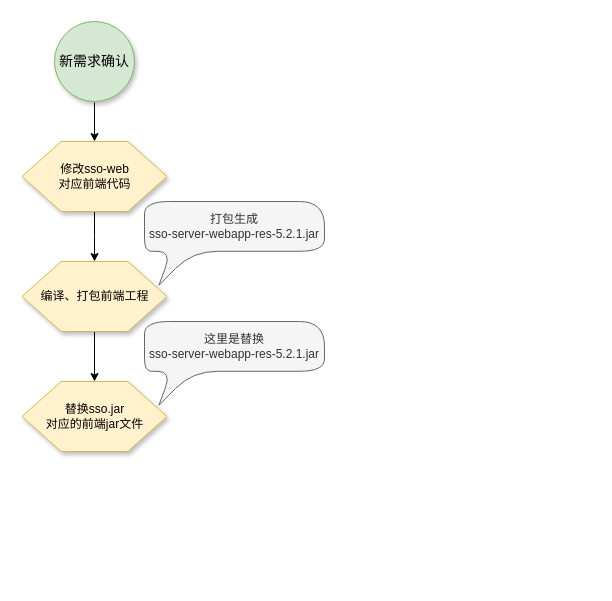
This is page "SSO登录页调整" (1 of 2) of typora/test.drawio from LDChing0321/JavaLearn, a draw.io file, before an edit. Source tidied: cells renumbered, new cells numbered last; positions are measured from the earlier drawing's top-left corner, leaving out a move shared by most shapes. Both pictures are drawn from the tidied source at 100%, with x=0, y=0 at pixel (22, 21).
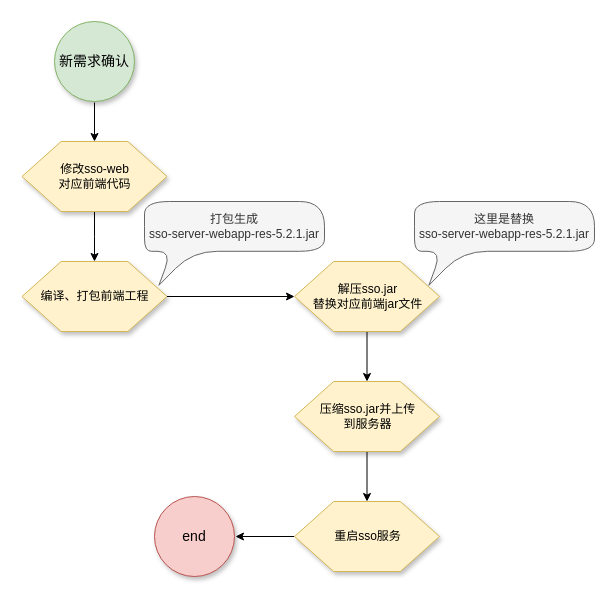
The same diagram, later.

The edit, as a diff of the source:
```diff
@@
 <mxGraphModel>
   <root>
     <mxCell id="0" />
     <mxCell id="1" parent="0" />
     <mxCell id="2" style="edgeStyle=orthogonalEdgeStyle;rounded=0;jettySize=auto;html=1;" parent="1" edge="1" source="3" target="5">
       <mxGeometry relative="1" as="geometry" />
     </mxCell>
     <mxCell id="3" value="新需求确认" style="strokeWidth=1;html=1;shape=mxgraph.flowchart.start_2;whiteSpace=wrap;labelBorderColor=none;strokeColor=#82b366;perimeterSpacing=1;fillColor=#d5e8d4;shadow=1;fontSize=14;" parent="1" vertex="1">
       <mxGeometry x="32" width="80" height="80" as="geometry" />
     </mxCell>
     <mxCell id="4" style="edgeStyle=orthogonalEdgeStyle;rounded=0;jettySize=auto;html=1;" parent="1" edge="1" source="5">
       <mxGeometry relative="1" as="geometry">
         <mxPoint x="72" y="240" as="targetPoint" />
       </mxGeometry>
     </mxCell>
     <mxCell id="5" value="修改sso-web&lt;br&gt;对应前端代码" style="verticalLabelPosition=middle;verticalAlign=middle;html=1;shape=hexagon;perimeter=hexagonPerimeter2;arcSize=6;size=0.27;shadow=1;labelBorderColor=none;fontSize=12;strokeColor=#d6b656;strokeWidth=1;labelPosition=center;align=center;fillColor=#fff2cc;" parent="1" vertex="1">
       <mxGeometry x="-0.5" y="120" width="145" height="70" as="geometry" />
     </mxCell>
-    <mxCell id="6" style="edgeStyle=orthogonalEdgeStyle;rounded=0;jettySize=auto;html=1;fontSize=11;" parent="1" edge="1" source="7" target="9">
-      <mxGeometry relative="1" as="geometry" />
-    </mxCell>
+    <mxCell id="11" style="edgeStyle=orthogonalEdgeStyle;rounded=0;jettySize=auto;html=1;entryX=0;entryY=0.5;entryDx=0;entryDy=0;fontSize=11;" parent="1" edge="1" source="7" target="13">
+      <mxGeometry relative="1" as="geometry" />
+    </mxCell>
     <mxCell id="7" value="编译、打包前端工程" style="verticalLabelPosition=middle;verticalAlign=middle;html=1;shape=hexagon;perimeter=hexagonPerimeter2;arcSize=6;size=0.27;shadow=1;labelBorderColor=none;fontSize=12;strokeColor=#d6b656;strokeWidth=1;labelPosition=center;align=center;fillColor=#fff2cc;" parent="1" vertex="1">
       <mxGeometry x="-0.5" y="240" width="145" height="70" as="geometry" />
     </mxCell>
     <mxCell id="8" value="打包生成&lt;br&gt;sso-server-webapp-res-5.2.1.jar" style="shape=callout;whiteSpace=wrap;html=1;perimeter=calloutPerimeter;position2=0.08;fillColor=#f5f5f5;fontColor=#333333;strokeColor=#666666;size=34;position=0.15;rounded=1;base=21;arcSize=50;" parent="1" vertex="1">
       <mxGeometry x="122" y="180" width="180" height="83.8" as="geometry" />
     </mxCell>
-    <mxCell id="9" value="替换sso.jar&lt;br&gt;对应的前端jar文件" style="verticalLabelPosition=middle;verticalAlign=middle;html=1;shape=hexagon;perimeter=hexagonPerimeter2;arcSize=6;size=0.27;shadow=1;labelBorderColor=none;fontSize=12;strokeColor=#d6b656;strokeWidth=1;labelPosition=center;align=center;fillColor=#fff2cc;" parent="1" vertex="1">
-      <mxGeometry x="-0.5" y="360" width="145" height="70" as="geometry" />
-    </mxCell>
     <mxCell id="10" value="这里是替换&lt;br&gt;sso-server-webapp-res-5.2.1.jar" style="shape=callout;whiteSpace=wrap;html=1;perimeter=calloutPerimeter;position2=0.08;fillColor=#f5f5f5;fontColor=#333333;strokeColor=#666666;size=34;position=0.15;rounded=1;base=21;arcSize=50;" parent="1" vertex="1">
-      <mxGeometry x="122" y="300" width="180" height="83.8" as="geometry" />
+      <mxGeometry x="392" y="180" width="180" height="83.8" as="geometry" />
     </mxCell>
+    <mxCell id="12" style="edgeStyle=orthogonalEdgeStyle;rounded=0;jettySize=auto;html=1;fontSize=11;" parent="1" edge="1" source="13" target="15">
+      <mxGeometry relative="1" as="geometry" />
+    </mxCell>
+    <mxCell id="13" value="解压sso.jar&lt;br&gt;替换对应前端jar文件" style="verticalLabelPosition=middle;verticalAlign=middle;html=1;shape=hexagon;perimeter=hexagonPerimeter2;arcSize=6;size=0.27;shadow=1;labelBorderColor=none;fontSize=12;strokeColor=#d6b656;strokeWidth=1;labelPosition=center;align=center;fillColor=#fff2cc;" parent="1" vertex="1">
+      <mxGeometry x="272" y="240" width="145" height="70" as="geometry" />
+    </mxCell>
+    <mxCell id="14" style="edgeStyle=orthogonalEdgeStyle;rounded=0;jettySize=auto;html=1;fontSize=11;" parent="1" edge="1" source="15" target="17">
+      <mxGeometry relative="1" as="geometry" />
+    </mxCell>
+    <mxCell id="15" value="压缩sso.jar并上传&lt;br&gt;到服务器" style="verticalLabelPosition=middle;verticalAlign=middle;html=1;shape=hexagon;perimeter=hexagonPerimeter2;arcSize=6;size=0.27;shadow=1;labelBorderColor=none;fontSize=12;strokeColor=#d6b656;strokeWidth=1;labelPosition=center;align=center;fillColor=#fff2cc;" parent="1" vertex="1">
+      <mxGeometry x="272" y="360" width="145" height="70" as="geometry" />
+    </mxCell>
+    <mxCell id="16" style="edgeStyle=orthogonalEdgeStyle;rounded=0;jettySize=auto;html=1;fontSize=11;" parent="1" edge="1" source="17" target="18">
+      <mxGeometry relative="1" as="geometry" />
+    </mxCell>
+    <mxCell id="17" value="重启sso服务" style="verticalLabelPosition=middle;verticalAlign=middle;html=1;shape=hexagon;perimeter=hexagonPerimeter2;arcSize=6;size=0.27;shadow=1;labelBorderColor=none;fontSize=12;strokeColor=#d6b656;strokeWidth=1;labelPosition=center;align=center;fillColor=#fff2cc;" parent="1" vertex="1">
+      <mxGeometry x="272" y="480" width="145" height="70" as="geometry" />
+    </mxCell>
+    <mxCell id="18" value="end" style="strokeWidth=1;html=1;shape=mxgraph.flowchart.start_2;whiteSpace=wrap;labelBorderColor=none;strokeColor=#b85450;perimeterSpacing=1;fillColor=#f8cecc;shadow=1;fontSize=14;" parent="1" vertex="1">
+      <mxGeometry x="132" y="475" width="80" height="80" as="geometry" />
+    </mxCell>
   </root>
 </mxGraphModel>
```
